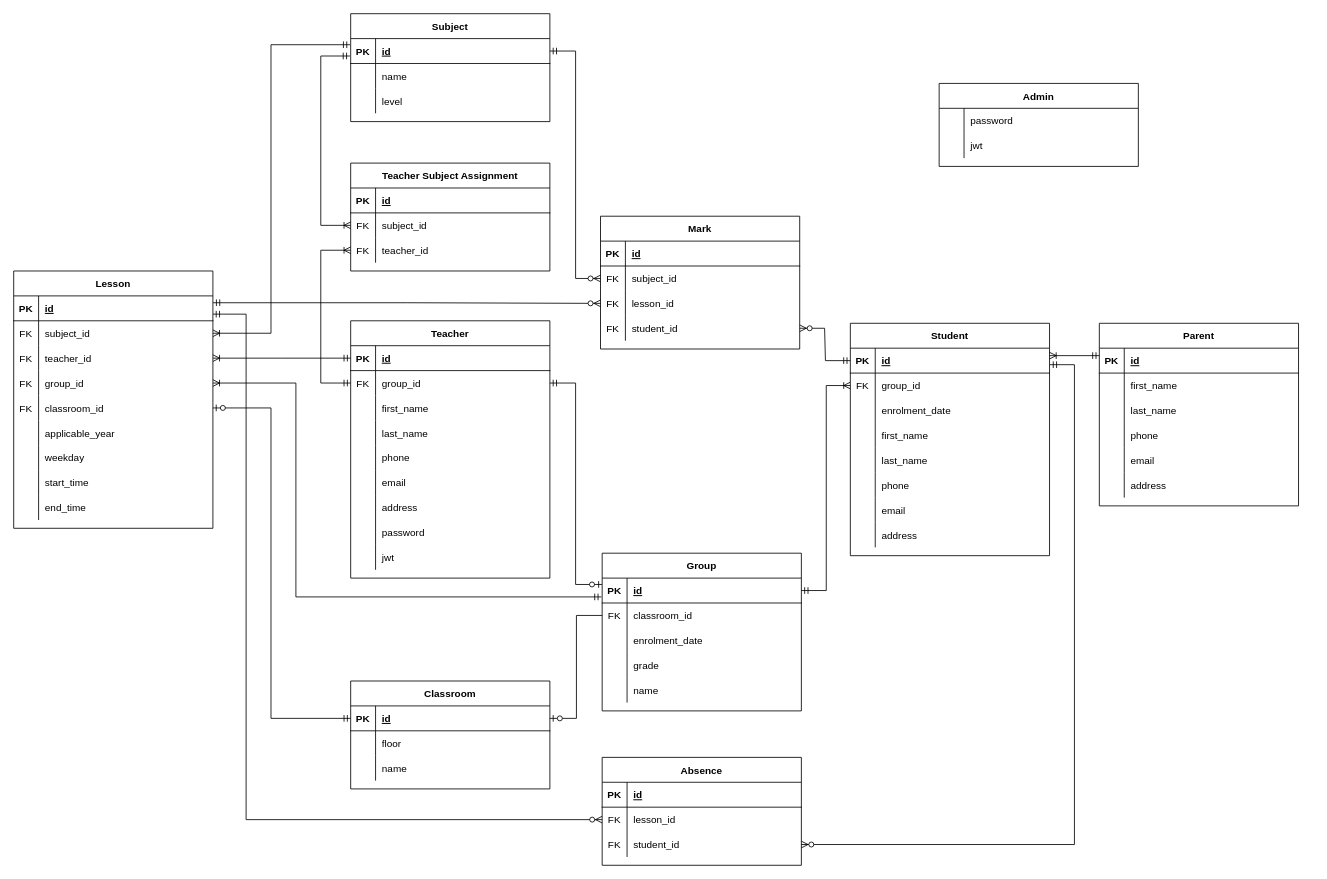
Gherasim-Andrei-Albert/High-School-App keeps this draw.io diagram as Diagrams/High School DB ERD Diagram.drawio.xml. Above is the earlier version. Source tidied: cells renumbered, new cells numbered last; positions are measured from the earlier drawing's top-left corner, leaving out a move shared by most shapes. Both pictures are drawn from the tidied source at 83%, with x=0, y=0 at pixel (13, 13).
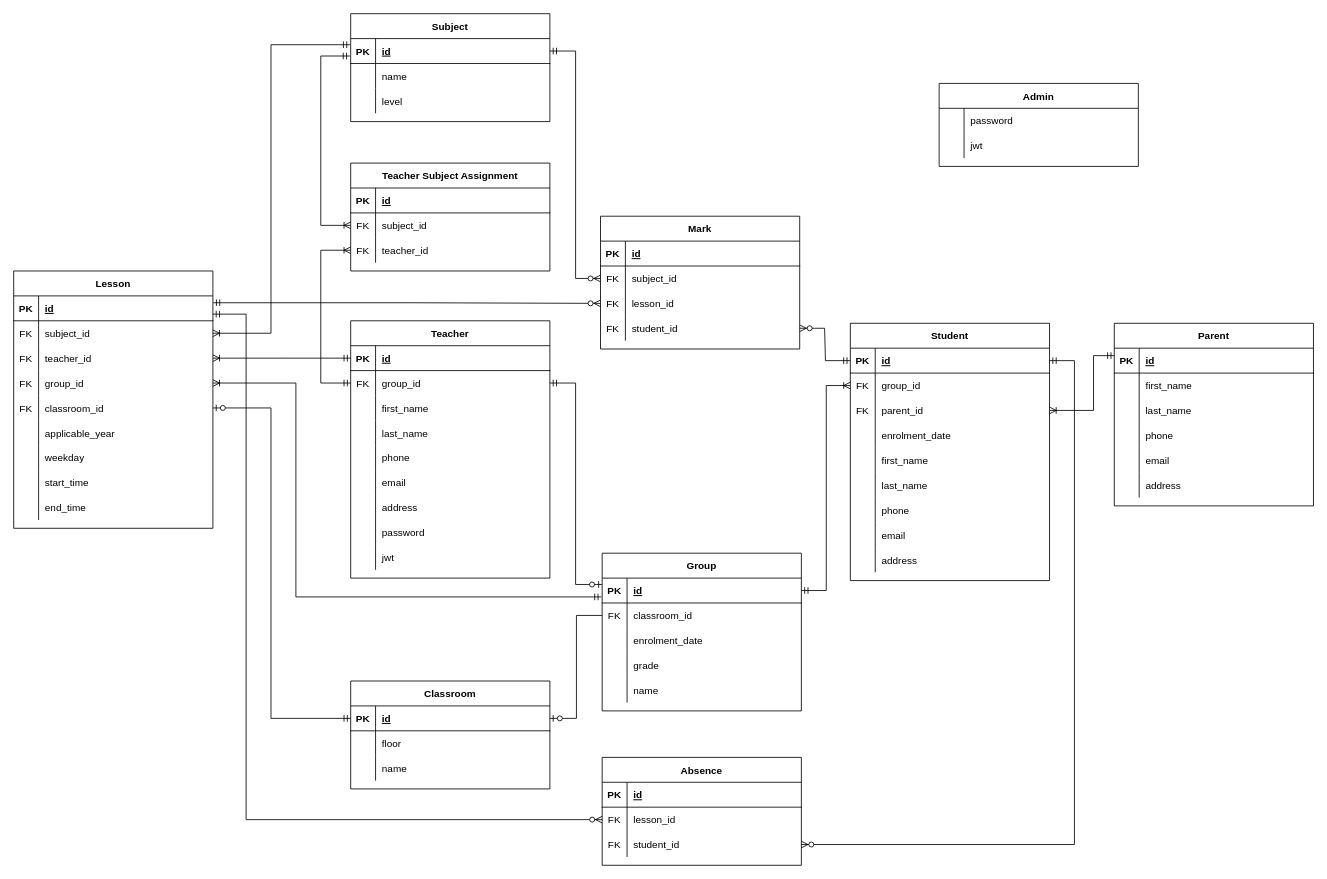
The same page after the edit.

Commit message (it also covers changes not shown here):
added missing parent_id field on diagram

The change refers to these unchanged cells:
```xml
<mxCell id="31" style="shape=partialRectangle;fillColor=none;points=[[0,0.5],[1,0.5]];portConstraint=eastwest;top=0;left=0;right=0;bottom=1;" parent="30" vertex="1">
  <mxGeometry y="30" width="240" height="30" as="geometry" />
</mxCell>
<mxCell id="110" style="shape=partialRectangle;fillColor=none;points=[[0,0.5],[1,0.5]];portConstraint=eastwest;top=0;left=0;right=0;bottom=1;" parent="109" vertex="1">
  <mxGeometry y="30" width="240" height="30" as="geometry" />
</mxCell>
<mxCell id="169" value="student_id " style="shape=partialRectangle;overflow=hidden;fillColor=none;top=0;left=0;bottom=0;right=0;align=left;spacingLeft=6;flipV=1;flipH=1;" parent="167" vertex="1">
  <mxGeometry x="30" width="210" height="30" as="geometry" />
</mxCell>
```

What changed in the source:
```diff
@@
     <mxCell id="30" value="Student" style="shape=table;startSize=30;childLayout=tableLayout;rowLines=0;fontStyle=1;align=center;" parent="1" vertex="1">
-      <mxGeometry x="1008" y="373" width="240" height="280" as="geometry" />
+      <mxGeometry x="1008" y="373" width="240" height="310" as="geometry" />
     </mxCell>
@@
+    <mxCell id="193" style="shape=partialRectangle;fillColor=none;points=[[0,0.5],[1,0.5]];portConstraint=eastwest;top=0;left=0;right=0;bottom=0;" parent="30" vertex="1">
+      <mxGeometry y="90" width="240" height="30" as="geometry" />
+    </mxCell>
+    <mxCell id="194" value="FK" style="shape=partialRectangle;overflow=hidden;fillColor=none;top=0;left=0;bottom=0;right=0;" parent="193" vertex="1">
+      <mxGeometry width="30" height="30" as="geometry" />
+    </mxCell>
+    <mxCell id="195" value="parent_id" style="shape=partialRectangle;overflow=hidden;fillColor=none;top=0;left=0;bottom=0;right=0;align=left;spacingLeft=6;" parent="193" vertex="1">
+      <mxGeometry x="30" width="210" height="30" as="geometry" />
+    </mxCell>
     <mxCell id="37" style="shape=partialRectangle;fillColor=none;top=0;left=0;right=0;bottom=0;" parent="30" vertex="1">
-      <mxGeometry y="90" width="240" height="30" as="geometry" />
+      <mxGeometry y="120" width="240" height="30" as="geometry" />
     </mxCell>
@@
     <mxCell id="40" style="shape=partialRectangle;fillColor=none;top=0;left=0;right=0;bottom=0;" parent="30" vertex="1">
-      <mxGeometry y="120" width="240" height="30" as="geometry" />
+      <mxGeometry y="150" width="240" height="30" as="geometry" />
     </mxCell>
@@
     <mxCell id="43" style="shape=partialRectangle;fillColor=none;top=0;left=0;right=0;bottom=0;" parent="30" vertex="1">
-      <mxGeometry y="150" width="240" height="30" as="geometry" />
+      <mxGeometry y="180" width="240" height="30" as="geometry" />
     </mxCell>
@@
     <mxCell id="46" style="shape=partialRectangle;fillColor=none;top=0;left=0;right=0;bottom=0;" parent="30" vertex="1">
-      <mxGeometry y="180" width="240" height="30" as="geometry" />
+      <mxGeometry y="210" width="240" height="30" as="geometry" />
     </mxCell>
@@
     <mxCell id="49" style="shape=partialRectangle;fillColor=none;top=0;left=0;right=0;bottom=0;" parent="30" vertex="1">
-      <mxGeometry y="210" width="240" height="30" as="geometry" />
+      <mxGeometry y="240" width="240" height="30" as="geometry" />
     </mxCell>
@@
     <mxCell id="52" style="shape=partialRectangle;fillColor=none;top=0;left=0;right=0;bottom=0;" parent="30" vertex="1">
-      <mxGeometry y="240" width="240" height="30" as="geometry" />
+      <mxGeometry y="270" width="240" height="30" as="geometry" />
     </mxCell>
@@
     <mxCell id="109" value="Parent" style="shape=table;startSize=30;childLayout=tableLayout;rowLines=0;fontStyle=1;align=center;" parent="1" vertex="1">
-      <mxGeometry x="1308" y="373" width="240" height="220" as="geometry" />
+      <mxGeometry x="1326" y="373" width="240" height="220" as="geometry" />
     </mxCell>
@@
-    <mxCell id="128" style="fontSize=12;html=1;endArrow=ERoneToMany;startArrow=ERmandOne;rounded=0;exitX=0;exitY=0.299;exitDx=0;exitDy=0;entryX=1;entryY=0.299;entryDx=0;entryDy=0;edgeStyle=orthogonalEdgeStyle;exitPerimeter=0;entryPerimeter=0;" parent="1" edge="1" source="110" target="31">
-      <mxGeometry relative="1" as="geometry" />
+    <mxCell id="128" style="fontSize=12;html=1;endArrow=ERoneToMany;startArrow=ERmandOne;rounded=0;exitX=0;exitY=0.299;exitDx=0;exitDy=0;entryX=1;entryY=0.5;entryDx=0;entryDy=0;edgeStyle=orthogonalEdgeStyle;exitPerimeter=0;" parent="1" edge="1" source="110" target="193">
+      <mxGeometry relative="1" as="geometry">
+        <Array as="points">
+          <mxPoint x="1301" y="412" />
+          <mxPoint x="1301" y="478" />
+        </Array>
+      </mxGeometry>
     </mxCell>
@@
-    <mxCell id="170" style="edgeStyle=elbowEdgeStyle;fontSize=12;html=1;endArrow=ERzeroToMany;startArrow=ERmandOne;rounded=0;entryX=1;entryY=0.5;entryDx=0;entryDy=0;exitX=1.002;exitY=0.663;exitDx=0;exitDy=0;exitPerimeter=0;" parent="1" edge="1" source="31" target="169">
+    <mxCell id="170" style="edgeStyle=elbowEdgeStyle;fontSize=12;html=1;endArrow=ERzeroToMany;startArrow=ERmandOne;rounded=0;entryX=1;entryY=0.5;entryDx=0;entryDy=0;exitX=1;exitY=0.5;exitDx=0;exitDy=0;" parent="1" edge="1" source="31" target="169">
       <mxGeometry relative="1" as="geometry">
         <Array as="points">
           <mxPoint x="1278" y="510" />
           <mxPoint x="1296" y="584" />
         </Array>
       </mxGeometry>
     </mxCell>
```
